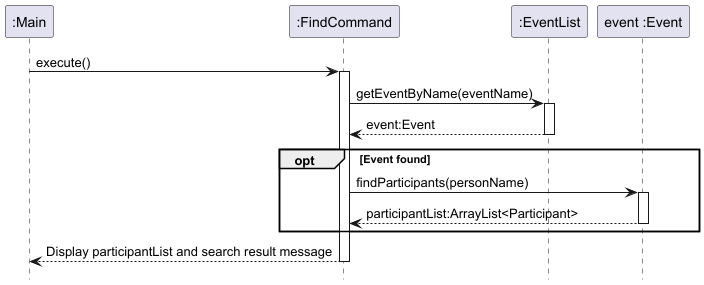
The PlantUML diagram docs/images/FindCommandSequenceDiagram.png in nus-cs2113-AY2425S1/tp, before a commit.
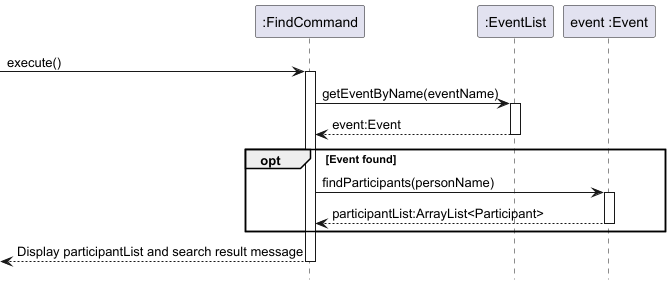
The same diagram one commit later.

What changed in the source:
```diff
@@ -1,11 +1,11 @@
 @startuml
 hide footbox
-participant ":Main" as Main
+
 participant ":FindCommand" as FC
 participant ":EventList" as EL
 participant "event :Event" as E
 
-Main -> FC: execute()
+[-> FC: execute()
 activate FC
 FC -> EL: getEventByName(eventName)
 activate EL
@@ -20,7 +20,6 @@
 
 end opt
 
-FC --> Main: Display participantList and search result message
-deactivate FC
+return Display participantList and search result message
 
 @enduml
```
